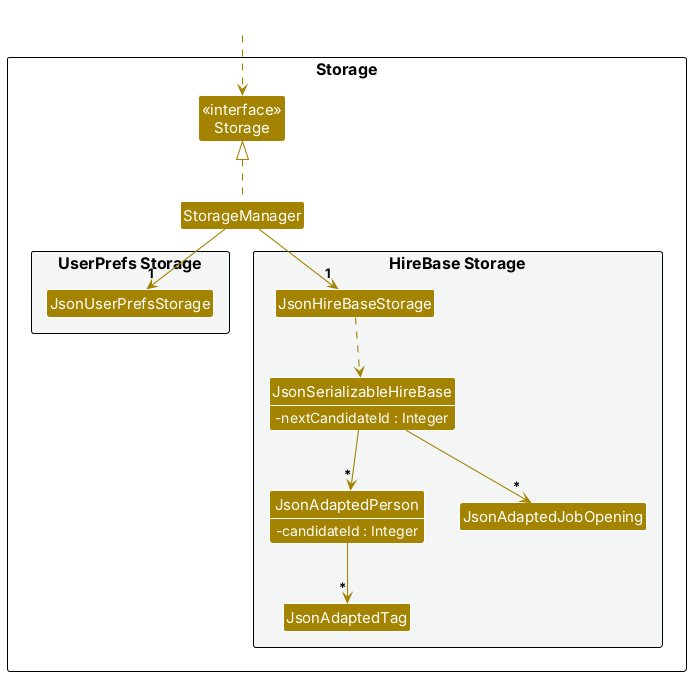
This is docs/images/StorageClassDiagram.png from AY2627S1-CS2103T-T12-1/tp, a PlantUML export, as it was before one commit.
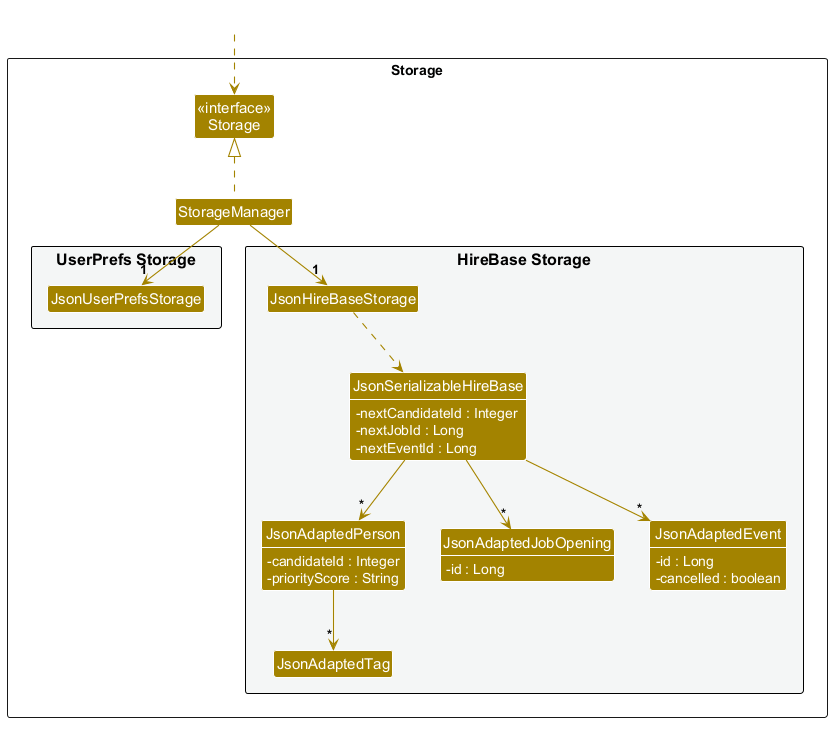
Above is the later version.

What changed in the source:
```diff
@@ -19,11 +19,20 @@
 Class JsonHireBaseStorage
 Class JsonSerializableHireBase {
     -nextCandidateId : Integer
+    -nextJobId : Long
+    -nextEventId : Long
 }
 Class JsonAdaptedPerson {
     -candidateId : Integer
+    -priorityScore : String
 }
-Class JsonAdaptedJobOpening
+Class JsonAdaptedJobOpening {
+    -id : Long
+}
+Class JsonAdaptedEvent {
+    -id : Long
+    -cancelled : boolean
+}
 Class JsonAdaptedTag
 }
 
@@ -31,6 +40,8 @@
 
 show JsonSerializableHireBase fields
 show JsonAdaptedPerson fields
+show JsonAdaptedJobOpening fields
+show JsonAdaptedEvent fields
 
 Class HiddenOutside #FFFFFF
 HiddenOutside ..> Storage
@@ -42,6 +53,7 @@
 JsonHireBaseStorage ..> JsonSerializableHireBase
 JsonSerializableHireBase --> "*" JsonAdaptedPerson
 JsonSerializableHireBase --> "*" JsonAdaptedJobOpening
+JsonSerializableHireBase --> "*" JsonAdaptedEvent
 JsonAdaptedPerson --> "*" JsonAdaptedTag
 
 @enduml
```
